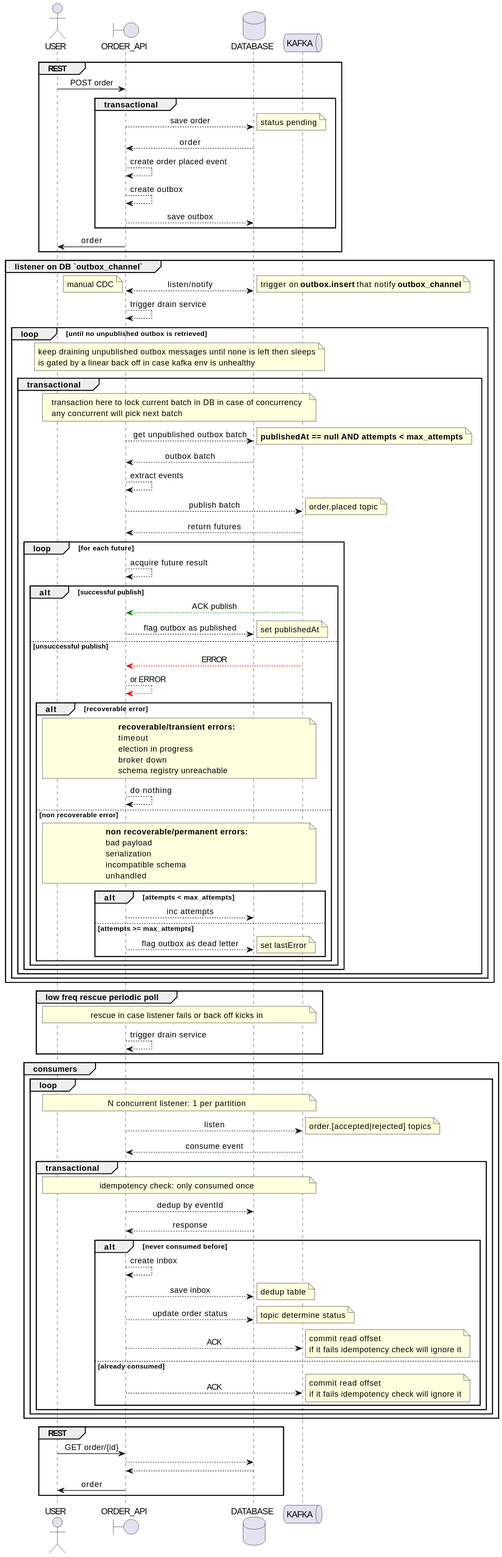
Earlier version of the PlantUML export docs/order_api_seq.svg (7mza/kafka-demo).
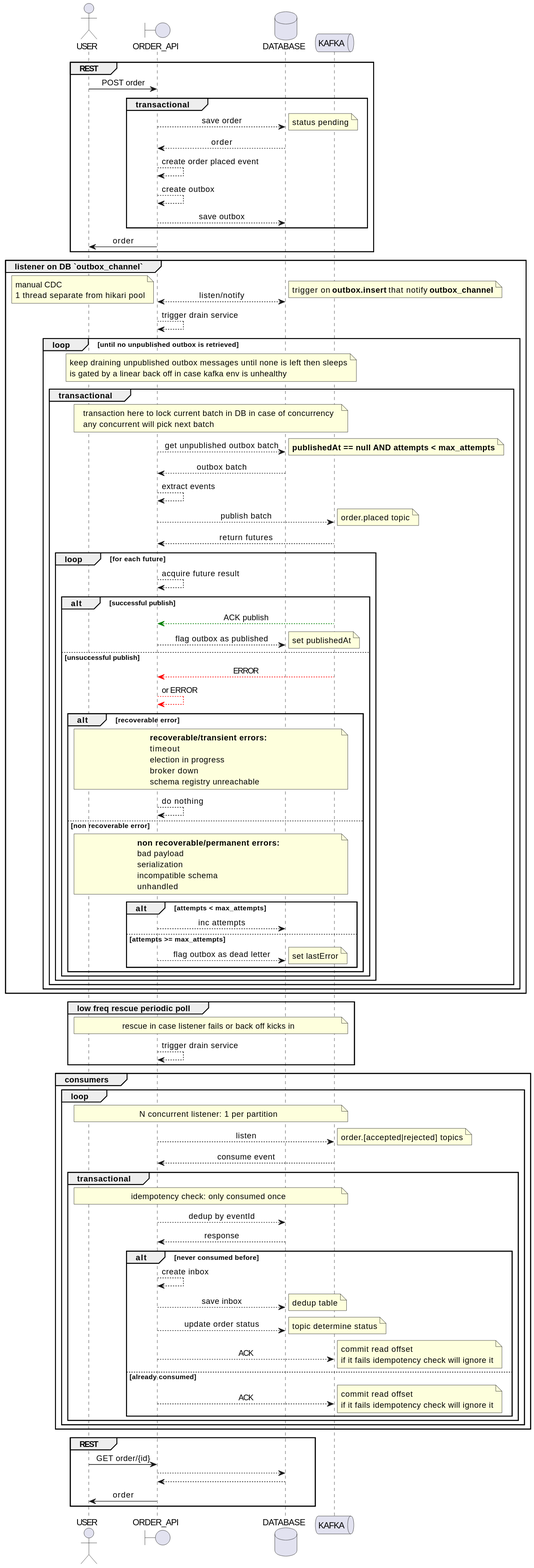
The same file after the commit.

The edit, as a diff of the source:
```diff
@@ -21,7 +21,7 @@
 
 group listener on DB `outbox_channel`
     API <--> DB: listen/notify
-    note left: manual CDC
+    note left: manual CDC\n1 thread separate from hikari pool
     note right: trigger on **outbox.insert** that notify **outbox_channel**
     API --> API: trigger drain service
     loop until no unpublished outbox is retrieved
```
